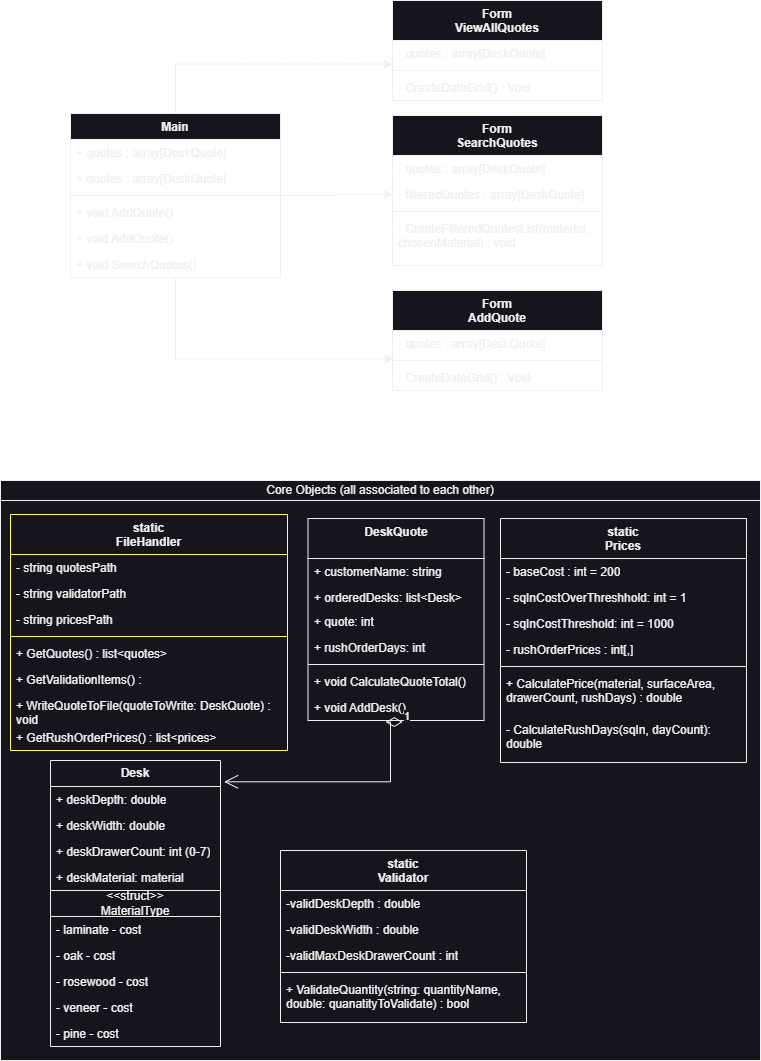
Before: docs/class_diagram_drawio.png, a diagram exported from draw.io (ThomasAMH/Megadesk). Source tidied: cells renumbered, new cells last; positions are measured from the earlier drawing's top-left corner, leaving out a move shared by most shapes.
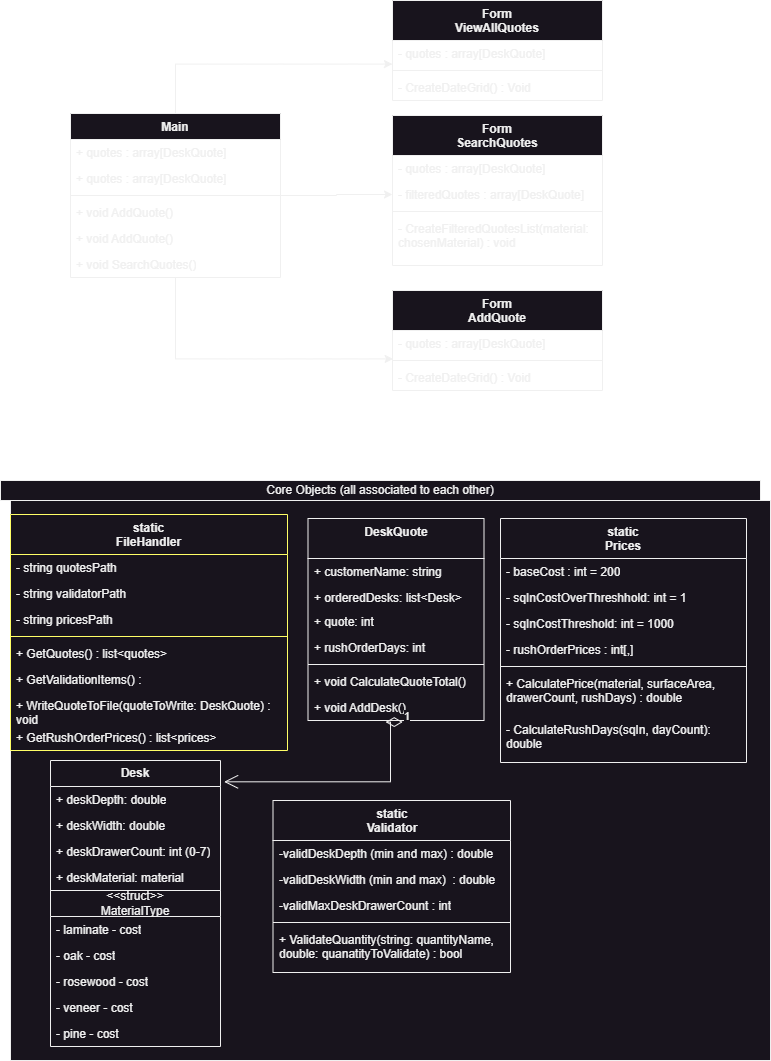
The same file after the commit.

Change to the diagram source:
```diff
@@ -3,7 +3,7 @@
     <mxCell id="0" />
     <mxCell id="1" parent="0" />
     <mxCell id="2" style="html=1;whiteSpace=wrap;" parent="1" vertex="1">
-      <mxGeometry y="500" width="760" height="560" as="geometry" />
+      <mxGeometry x="10" y="500" width="760" height="560" as="geometry" />
     </mxCell>
     <mxCell id="3" value="&amp;lt;&amp;lt;struct&amp;gt;&amp;gt;&lt;br&gt;MaterialType" style="swimlane;fontStyle=0;horizontal=1;startSize=26;fillColor=none;whiteSpace=wrap;html=1;" parent="1" vertex="1">
       <mxGeometry x="50" y="890" width="170" height="156" as="geometry" />
@@ -148,22 +148,22 @@
       </mxGeometry>
     </mxCell>
     <mxCell id="49" value="static&lt;br&gt;Validator" style="swimlane;fontStyle=1;align=center;verticalAlign=top;horizontal=1;startSize=40;whiteSpace=wrap;html=1;" parent="1" vertex="1">
-      <mxGeometry x="280" y="850" width="246" height="172" as="geometry" />
+      <mxGeometry x="272.5" y="800" width="237.5" height="172" as="geometry" />
     </mxCell>
-    <mxCell id="50" value="-validDeskDepth : double" style="text;strokeColor=none;fillColor=none;align=left;verticalAlign=top;spacingLeft=4;spacingRight=4;overflow=hidden;whiteSpace=wrap;html=1;" parent="49" vertex="1">
-      <mxGeometry y="40" width="246" height="26" as="geometry" />
+    <mxCell id="50" value="-validDeskDepth (min and max) : double" style="text;strokeColor=none;fillColor=none;align=left;verticalAlign=top;spacingLeft=4;spacingRight=4;overflow=hidden;whiteSpace=wrap;html=1;" parent="49" vertex="1">
+      <mxGeometry y="40" width="237.5" height="26" as="geometry" />
     </mxCell>
-    <mxCell id="51" value="-validDeskWidth : double" style="text;strokeColor=none;fillColor=none;align=left;verticalAlign=top;spacingLeft=4;spacingRight=4;overflow=hidden;whiteSpace=wrap;html=1;" parent="49" vertex="1">
-      <mxGeometry y="66" width="246" height="26" as="geometry" />
+    <mxCell id="51" value="-validDeskWidth (min and max)&amp;nbsp; : double" style="text;strokeColor=none;fillColor=none;align=left;verticalAlign=top;spacingLeft=4;spacingRight=4;overflow=hidden;whiteSpace=wrap;html=1;" parent="49" vertex="1">
+      <mxGeometry y="66" width="237.5" height="26" as="geometry" />
     </mxCell>
     <mxCell id="52" value="-validMaxDeskDrawerCount : int" style="text;strokeColor=none;fillColor=none;align=left;verticalAlign=top;spacingLeft=4;spacingRight=4;overflow=hidden;whiteSpace=wrap;html=1;" parent="49" vertex="1">
-      <mxGeometry y="92" width="246" height="26" as="geometry" />
+      <mxGeometry y="92" width="237.5" height="26" as="geometry" />
     </mxCell>
     <mxCell id="53" style="line;strokeWidth=1;fillColor=none;align=left;verticalAlign=middle;spacingTop=-1;spacingLeft=3;spacingRight=3;labelPosition=right;strokeColor=inherit;" parent="49" vertex="1">
-      <mxGeometry y="118" width="246" height="8" as="geometry" />
+      <mxGeometry y="118" width="237.5" height="8" as="geometry" />
     </mxCell>
     <mxCell id="54" value="+ ValidateQuantity(string: quantityName, double: quanatityToValidate) : bool" style="text;strokeColor=none;fillColor=none;align=left;verticalAlign=top;spacingLeft=4;spacingRight=4;overflow=hidden;whiteSpace=wrap;html=1;" parent="49" vertex="1">
-      <mxGeometry y="126" width="246" height="46" as="geometry" />
+      <mxGeometry y="126" width="237.5" height="46" as="geometry" />
     </mxCell>
     <mxCell id="55" value="Form&lt;br&gt;ViewAllQuotes" style="swimlane;fontStyle=1;align=center;verticalAlign=top;horizontal=1;startSize=40;whiteSpace=wrap;html=1;" parent="1" vertex="1">
       <mxGeometry x="392" width="210" height="100" as="geometry" />
```
